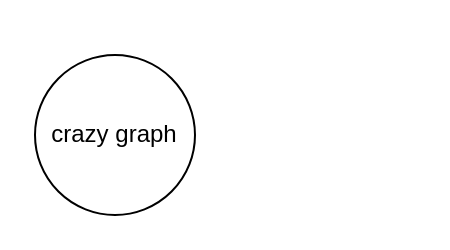
Above: diagrams/readme.drawio in derlole/RoBot (draw.io), before the change. Source tidied: cells renumbered, new cells numbered last; positions are measured from the earlier drawing's top-left corner, leaving out a move shared by most shapes. Both pictures are drawn from the tidied source at 200%, with x=0, y=0 at pixel (34, 54).
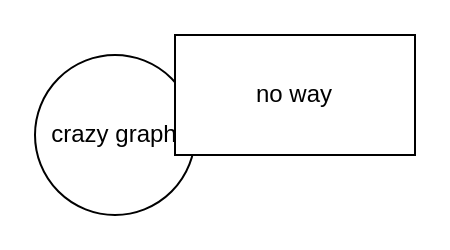
The same diagram, later.

What changed in the source:
```diff
@@
 <mxGraphModel>
   <root>
     <mxCell id="0" />
     <mxCell id="1" parent="0" />
     <mxCell id="2" value="crazy graph" style="ellipse;whiteSpace=wrap;html=1;" parent="1" vertex="1">
       <mxGeometry width="80" height="80" as="geometry" />
     </mxCell>
+    <mxCell id="3" value="no way" style="whiteSpace=wrap;html=1;" parent="1" vertex="1">
+      <mxGeometry x="70" y="-10" width="120" height="60" as="geometry" />
+    </mxCell>
   </root>
 </mxGraphModel>
```
